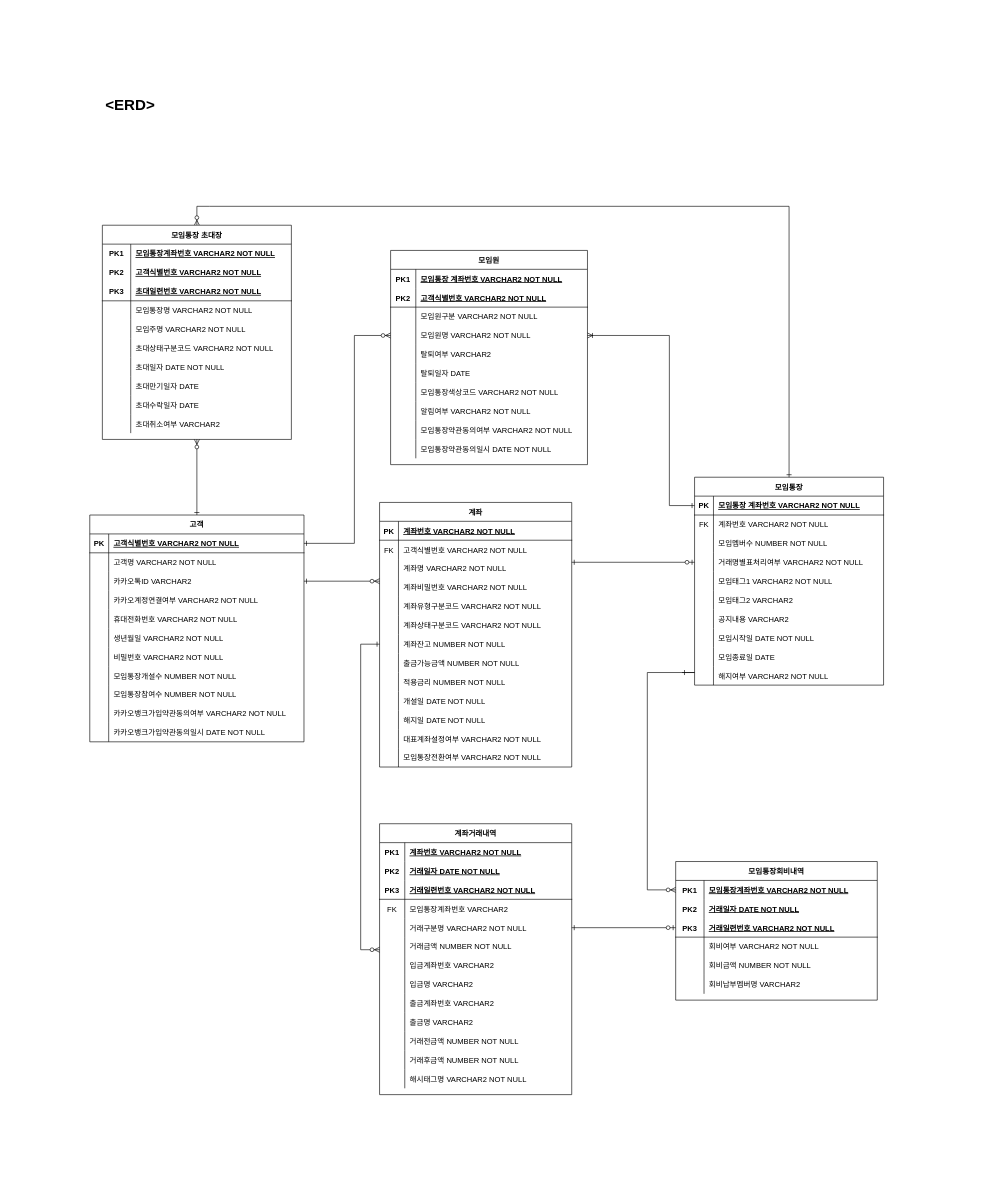
Before: ERD.drawio in jeondele/ys_present, a draw.io diagram. Source tidied: cells renumbered, new cells numbered last; positions are measured from the earlier drawing's top-left corner, leaving out a move shared by most shapes. Both pictures are drawn from the tidied source at 63%, with x=0, y=0 at pixel (26, 11).
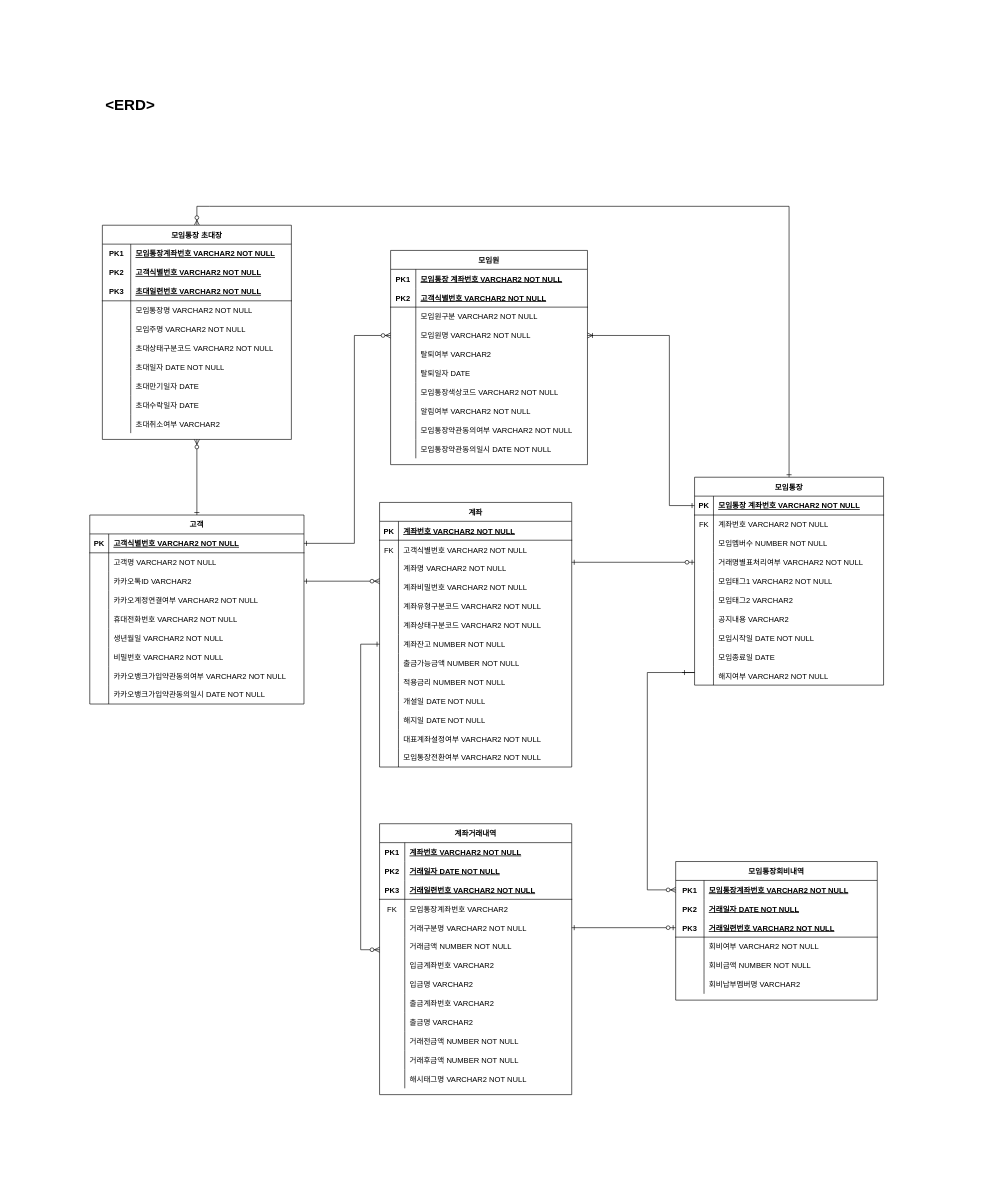
The same page after the edit.

Change to the diagram source:
```diff
@@
     <mxCell id="75" value="고객" style="shape=table;startSize=30;childLayout=tableLayout;rowLines=0;fontStyle=1;align=center;" parent="1" vertex="1">
-      <mxGeometry x="100" y="800" width="340" height="360" as="geometry" />
+      <mxGeometry x="100" y="800" width="340" height="300" as="geometry" />
     </mxCell>
@@
-    <mxCell id="97" style="shape=partialRectangle;fillColor=none;top=0;left=0;right=0;bottom=0;" parent="75" vertex="1">
-      <mxGeometry y="240" width="340" height="30" as="geometry" />
-    </mxCell>
-    <mxCell id="98" style="shape=partialRectangle;overflow=hidden;fillColor=none;top=0;left=0;bottom=0;right=0;" parent="97" vertex="1">
-      <mxGeometry width="30" height="30" as="geometry" />
-    </mxCell>
-    <mxCell id="99" value="모임통장개설수 NUMBER NOT NULL" style="shape=partialRectangle;overflow=hidden;fillColor=none;top=0;left=0;bottom=0;right=0;align=left;spacingLeft=6;" parent="97" vertex="1">
-      <mxGeometry x="30" width="310" height="30" as="geometry" />
-    </mxCell>
-    <mxCell id="100" style="shape=partialRectangle;fillColor=none;top=0;left=0;right=0;bottom=0;" parent="75" vertex="1">
-      <mxGeometry y="270" width="340" height="30" as="geometry" />
-    </mxCell>
-    <mxCell id="101" style="shape=partialRectangle;overflow=hidden;fillColor=none;top=0;left=0;bottom=0;right=0;" parent="100" vertex="1">
-      <mxGeometry width="30" height="30" as="geometry" />
-    </mxCell>
-    <mxCell id="102" value="모임통장참여수 NUMBER NOT NULL" style="shape=partialRectangle;overflow=hidden;fillColor=none;top=0;left=0;bottom=0;right=0;align=left;spacingLeft=6;" parent="100" vertex="1">
-      <mxGeometry x="30" width="310" height="30" as="geometry" />
-    </mxCell>
     <mxCell id="103" style="shape=partialRectangle;fillColor=none;top=0;left=0;right=0;bottom=0;" parent="75" vertex="1">
-      <mxGeometry y="300" width="340" height="30" as="geometry" />
+      <mxGeometry y="240" width="340" height="30" as="geometry" />
     </mxCell>
@@
     <mxCell id="106" style="shape=partialRectangle;fillColor=none;top=0;left=0;right=0;bottom=0;" parent="75" vertex="1">
-      <mxGeometry y="330" width="340" height="30" as="geometry" />
+      <mxGeometry y="270" width="340" height="30" as="geometry" />
     </mxCell>
```
